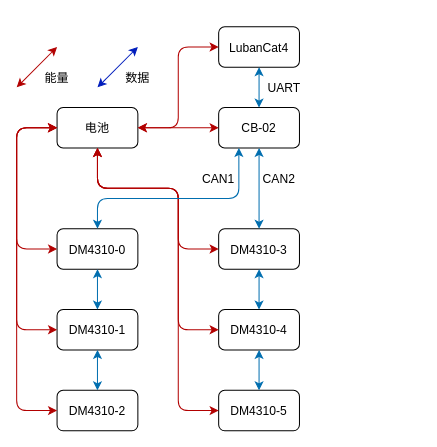
Earlier version of the draw.io diagram Docs/ControlHardware.drawio (Q1anWan/BananaBot). Source tidied: cells renumbered, new cells numbered last; positions are measured from the earlier drawing's top-left corner, leaving out a move shared by most shapes. Both pictures are drawn from the tidied source at 101%, with x=0, y=0 at pixel (16, 26).
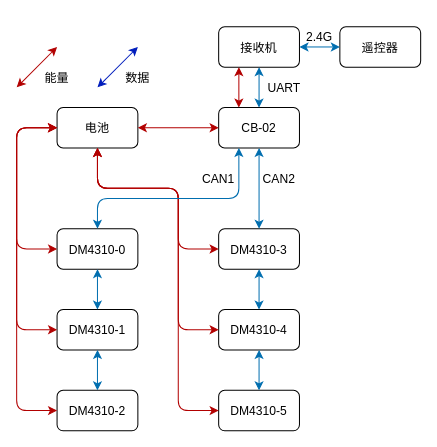
Above is the later version.

The change refers to these unchanged cells:
```xml
<mxCell id="2" value="CB-02" style="rounded=1;" parent="1" vertex="1">
  <mxGeometry x="200" y="80" width="80" height="40" as="geometry" />
</mxCell>
<mxCell id="3" value="电池" style="rounded=1;" parent="1" vertex="1">
  <mxGeometry x="40" y="80" width="80" height="40" as="geometry" />
</mxCell>
```

Diff of the diagram source:
```diff
@@
-    <mxCell id="4" value="LubanCat4" style="rounded=1;" parent="1" vertex="1">
+    <mxCell id="4" value="接收机" style="rounded=1;" parent="1" vertex="1">
       <mxGeometry x="200" width="80" height="40" as="geometry" />
     </mxCell>
@@
-    <mxCell id="18" style="endArrow=classic;startArrow=classic;exitX=1;exitY=0.5;exitDx=0;exitDy=0;entryX=0;entryY=0.5;entryDx=0;entryDy=0;fillColor=#e51400;strokeColor=#B20000;" parent="1" edge="1" source="3" target="4">
-      <mxGeometry relative="1" as="geometry">
-        <Array as="points">
-          <mxPoint x="160" y="100" />
-          <mxPoint x="160" y="20" />
-        </Array>
-      </mxGeometry>
-    </mxCell>
@@
+    <mxCell id="33" value="遥控器" style="rounded=1;" parent="1" vertex="1">
+      <mxGeometry x="320" width="80" height="40" as="geometry" />
+    </mxCell>
+    <mxCell id="34" style="endArrow=classic;startArrow=classic;fillColor=#e51400;strokeColor=#B20000;exitX=0.25;exitY=0;exitDx=0;exitDy=0;entryX=0.25;entryY=1;entryDx=0;entryDy=0;" parent="1" edge="1" source="2" target="4">
+      <mxGeometry relative="1" as="geometry" />
+    </mxCell>
+    <mxCell id="35" style="endArrow=classic;startArrow=classic;exitX=0;exitY=0.5;exitDx=0;exitDy=0;fillColor=#1ba1e2;strokeColor=#006EAF;entryX=1;entryY=0.5;entryDx=0;entryDy=0;" parent="1" edge="1" source="33" target="4">
+      <mxGeometry relative="1" as="geometry" />
+    </mxCell>
+    <mxCell id="36" value="2.4G" style="text;strokeColor=none;fillColor=none;align=center;verticalAlign=middle;rounded=0;" parent="1" vertex="1">
+      <mxGeometry x="280" y="-10" width="40" height="40" as="geometry" />
+    </mxCell>
```
